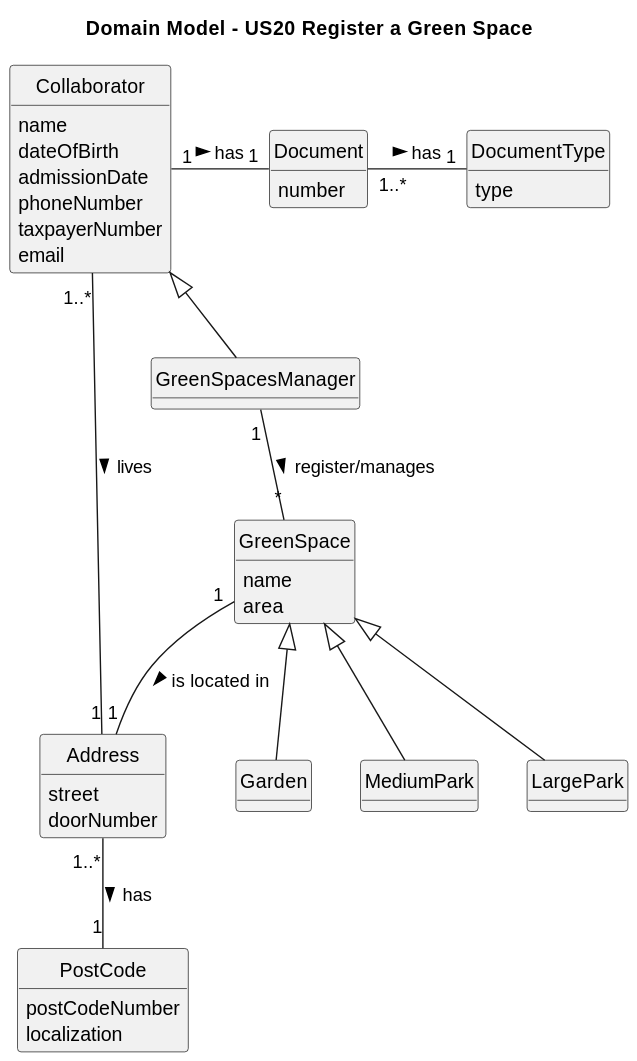
Above: docs/sprint3/us20/02.analysis/svg/us20-domain-model.svg in Departamento-de-Engenharia-Informatica/lei-24-s2-1db-g022 (PlantUML), before the change.
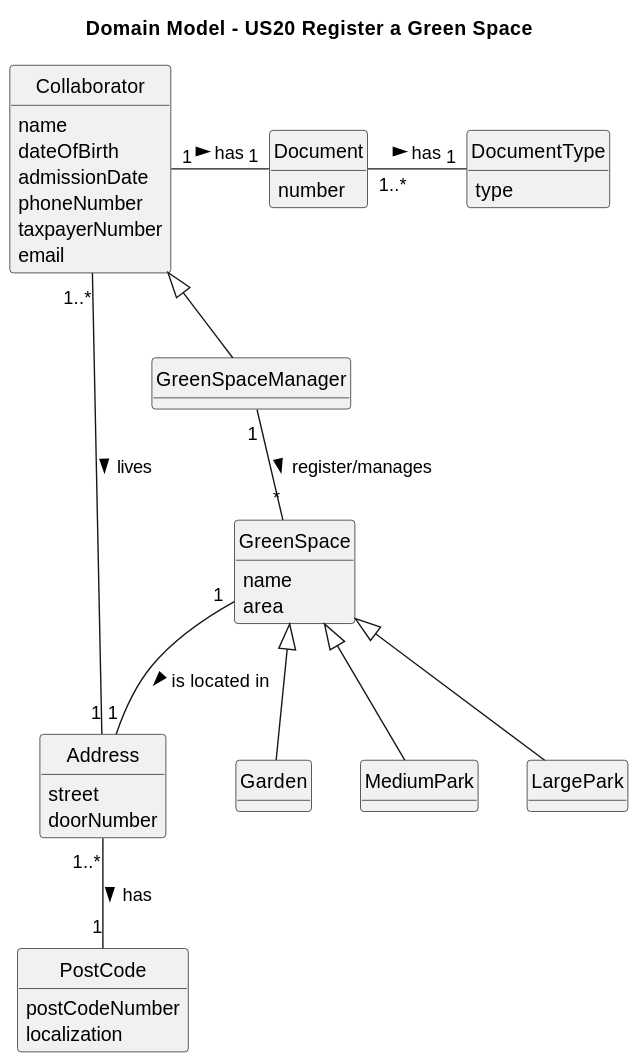
Above is the later version.

The edit, as a diff of the source:
```diff
@@ -41,7 +41,7 @@
     doorNumber
 }
 
-class GreenSpacesManager {
+class GreenSpaceManager {
 }
 
 class Garden {
@@ -58,9 +58,9 @@
 
 Collaborator "1..*" -- "1" Address : lives >
 
-Collaborator  <|--  GreenSpacesManager
+Collaborator  <|--  GreenSpaceManager
 
-GreenSpacesManager "1" -- "*" GreenSpace : register/manages >
+GreenSpaceManager "1" -- "*" GreenSpace : register/manages >
 GreenSpace "1" -- "1" Address : is located in >
 
 GreenSpace <|-- Garden
```
